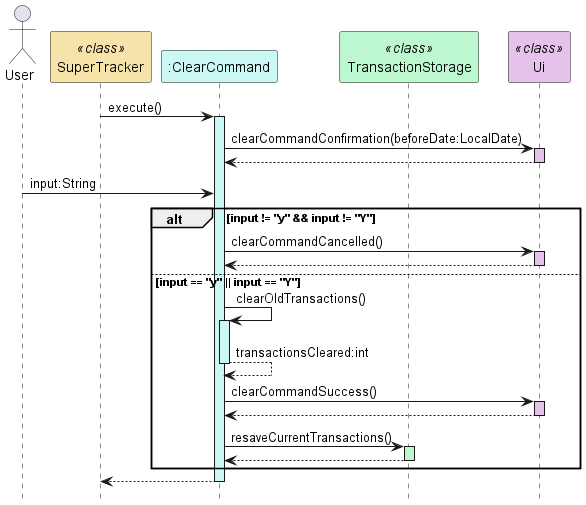
The PlantUML diagram docs/uml-diagrams/ClearCommandSequence.png in rismm/tp, before a commit.
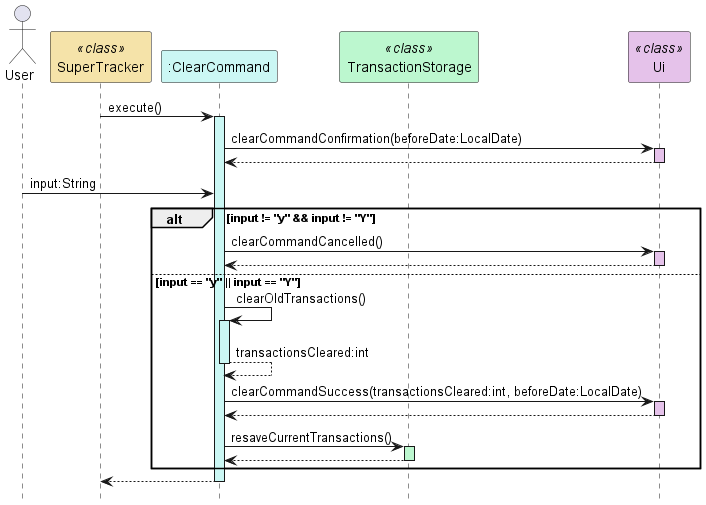
After the commit.

Commit message:
Add clear command to developer guide

Change to the diagram source:
```diff
@@ -30,7 +30,7 @@
 ClearCommand --> ClearCommand : transactionsCleared:int
 deactivate ClearCommand
 
-ClearCommand -> Ui : clearCommandSuccess()
+ClearCommand -> Ui : clearCommandSuccess(transactionsCleared:int, beforeDate:LocalDate)
 activate Ui #e5c2ea
 Ui --> ClearCommand
 deactivate Ui
```
